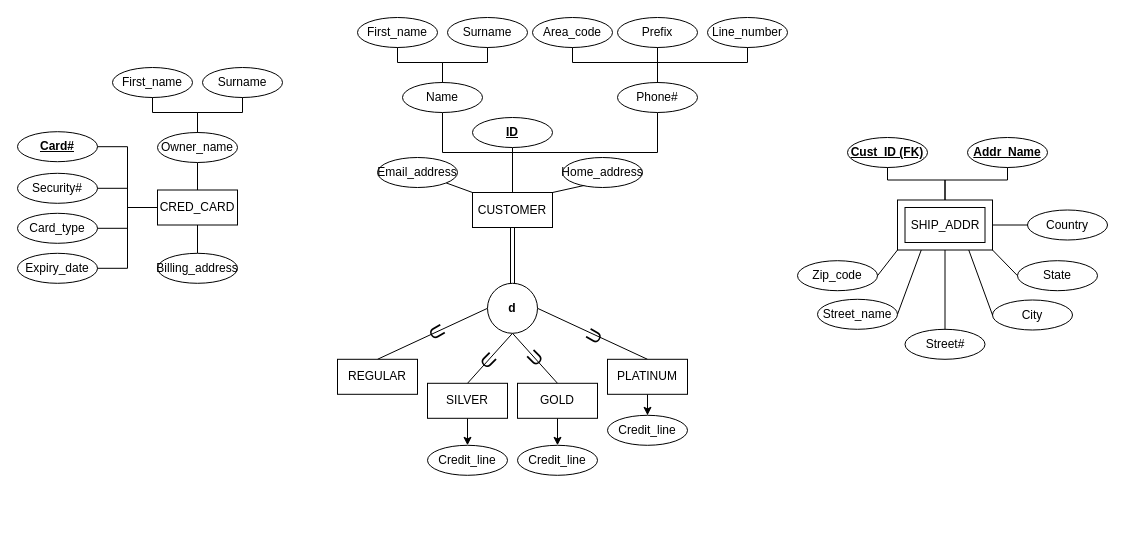
Above: Project-Deliverable-1.drawio in RyBres/Database-Project (draw.io), before the change. Source tidied: cells renumbered, new cells numbered last; positions are measured from the earlier drawing's top-left corner, leaving out a move shared by most shapes. Both pictures are drawn from the tidied source at 100%, with x=0, y=0 at pixel (17, 17).
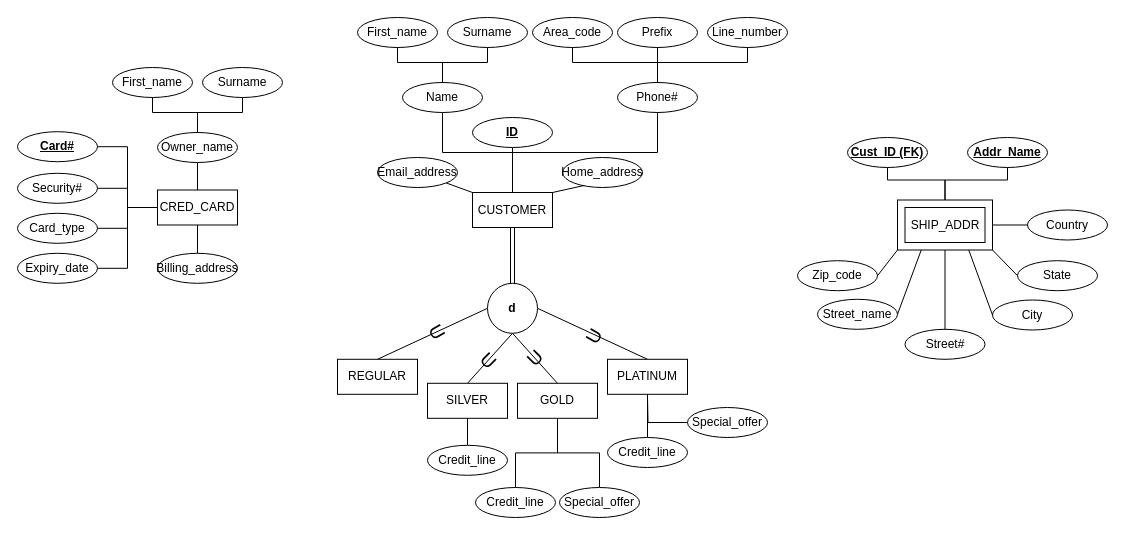
The same diagram, later.

Commit message:
Added status with inheritance

Unchanged cells that the change refers to:
```xml
<mxCell id="75" value="GOLD" style="rounded=0;whiteSpace=wrap;html=1;" parent="1" vertex="1">
  <mxGeometry x="500" y="365.8" width="80" height="35" as="geometry" />
</mxCell>
<mxCell id="77" value="SILVER" style="rounded=0;whiteSpace=wrap;html=1;" parent="1" vertex="1">
  <mxGeometry x="410" y="365.8" width="80" height="35" as="geometry" />
</mxCell>
<mxCell id="79" value="PLATINUM" style="rounded=0;whiteSpace=wrap;html=1;" parent="1" vertex="1">
  <mxGeometry x="590" y="341.8" width="80" height="35" as="geometry" />
</mxCell>
<mxCell id="80" value="Credit_line" style="ellipse;whiteSpace=wrap;html=1;" parent="1" vertex="1">
  <mxGeometry x="410" y="427.8" width="80" height="30" as="geometry" />
</mxCell>
```

Change to the diagram source:
```diff
@@
-    <mxCell id="74" style="edgeStyle=orthogonalEdgeStyle;rounded=0;jettySize=auto;html=1;" parent="1" edge="1" source="75" target="81">
+    <mxCell id="74" style="edgeStyle=orthogonalEdgeStyle;rounded=0;jettySize=auto;html=1;endArrow=none;startFill=0;" parent="1" edge="1" source="75" target="81">
       <mxGeometry relative="1" as="geometry" />
     </mxCell>
+    <mxCell id="86" style="edgeStyle=orthogonalEdgeStyle;rounded=0;jettySize=auto;html=1;exitX=0.5;exitY=1;exitDx=0;exitDy=0;entryX=0.5;entryY=0;entryDx=0;entryDy=0;endArrow=none;startFill=0;" parent="1" edge="1" source="75" target="87">
+      <mxGeometry relative="1" as="geometry" />
+    </mxCell>
@@
-    <mxCell id="76" style="edgeStyle=orthogonalEdgeStyle;rounded=0;jettySize=auto;html=1;" parent="1" edge="1" source="77" target="80">
+    <mxCell id="76" style="edgeStyle=orthogonalEdgeStyle;rounded=0;jettySize=auto;html=1;endArrow=none;startFill=0;" parent="1" edge="1" source="77" target="80">
       <mxGeometry relative="1" as="geometry" />
     </mxCell>
@@
-    <mxCell id="78" style="edgeStyle=orthogonalEdgeStyle;rounded=0;jettySize=auto;html=1;" parent="1" edge="1" source="79" target="82">
+    <mxCell id="78" style="edgeStyle=orthogonalEdgeStyle;rounded=0;jettySize=auto;html=1;endArrow=none;startFill=0;" parent="1" edge="1" source="79" target="82">
       <mxGeometry relative="1" as="geometry" />
     </mxCell>
@@
     <mxCell id="81" value="Credit_line" style="ellipse;whiteSpace=wrap;html=1;" parent="1" vertex="1">
-      <mxGeometry x="500" y="427.8" width="80" height="30" as="geometry" />
+      <mxGeometry x="458" y="470" width="80" height="30" as="geometry" />
     </mxCell>
     <mxCell id="82" value="Credit_line" style="ellipse;whiteSpace=wrap;html=1;" parent="1" vertex="1">
-      <mxGeometry x="590" y="397.8" width="80" height="30" as="geometry" />
+      <mxGeometry x="590" y="420" width="80" height="30" as="geometry" />
     </mxCell>
@@
+    <mxCell id="87" value="Special_offer" style="ellipse;whiteSpace=wrap;html=1;" parent="1" vertex="1">
+      <mxGeometry x="542" y="470" width="80" height="30" as="geometry" />
+    </mxCell>
+    <mxCell id="88" style="edgeStyle=orthogonalEdgeStyle;rounded=0;jettySize=auto;html=1;exitX=0;exitY=0.5;exitDx=0;exitDy=0;endArrow=none;startFill=0;" parent="1" edge="1" source="89">
+      <mxGeometry relative="1" as="geometry">
+        <mxPoint x="630" y="380" as="targetPoint" />
+      </mxGeometry>
+    </mxCell>
+    <mxCell id="89" value="Special_offer" style="ellipse;whiteSpace=wrap;html=1;" parent="1" vertex="1">
+      <mxGeometry x="670" y="390" width="80" height="30" as="geometry" />
+    </mxCell>
```
